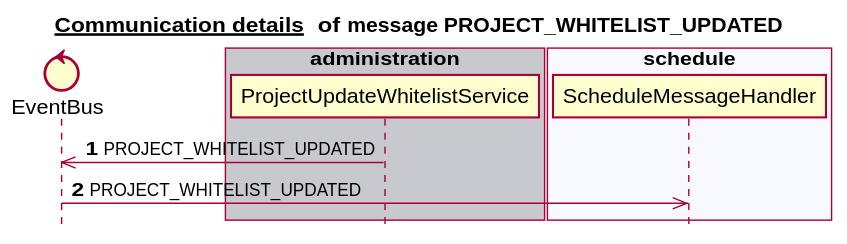
Above: docs/latest/images/gen_domain_messaging_project_whitelist_updated.svg in mercedes-benz/sechub (PlantUML), before the change.
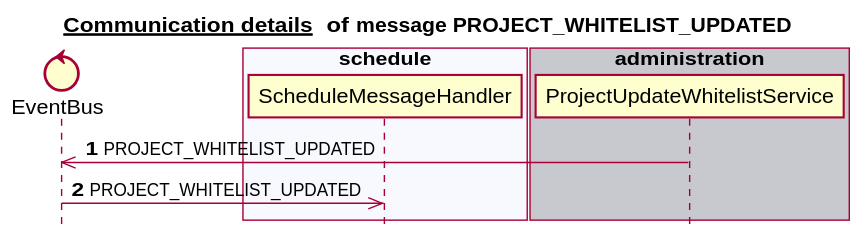
The same diagram one commit later.

Diff of the diagram source:
```diff
@@ -6,17 +6,17 @@
 
 
 control EventBus
-box "notification" #C8C8CF
-end box
-box "authorization" #F8F8FF
-end box
-box "administration" #C8C8CF
-   participant ProjectUpdateWhitelistService
+box "scan" #C8C8CF
 end box
 box "schedule" #F8F8FF
    participant ScheduleMessageHandler
 end box
-box "scan" #C8C8CF
+box "authorization" #C8C8CF
+end box
+box "notification" #F8F8FF
+end box
+box "administration" #C8C8CF
+   participant ProjectUpdateWhitelistService
 end box
 autonumber 1
 ProjectUpdateWhitelistService ->> EventBus:PROJECT_WHITELIST_UPDATED
```
